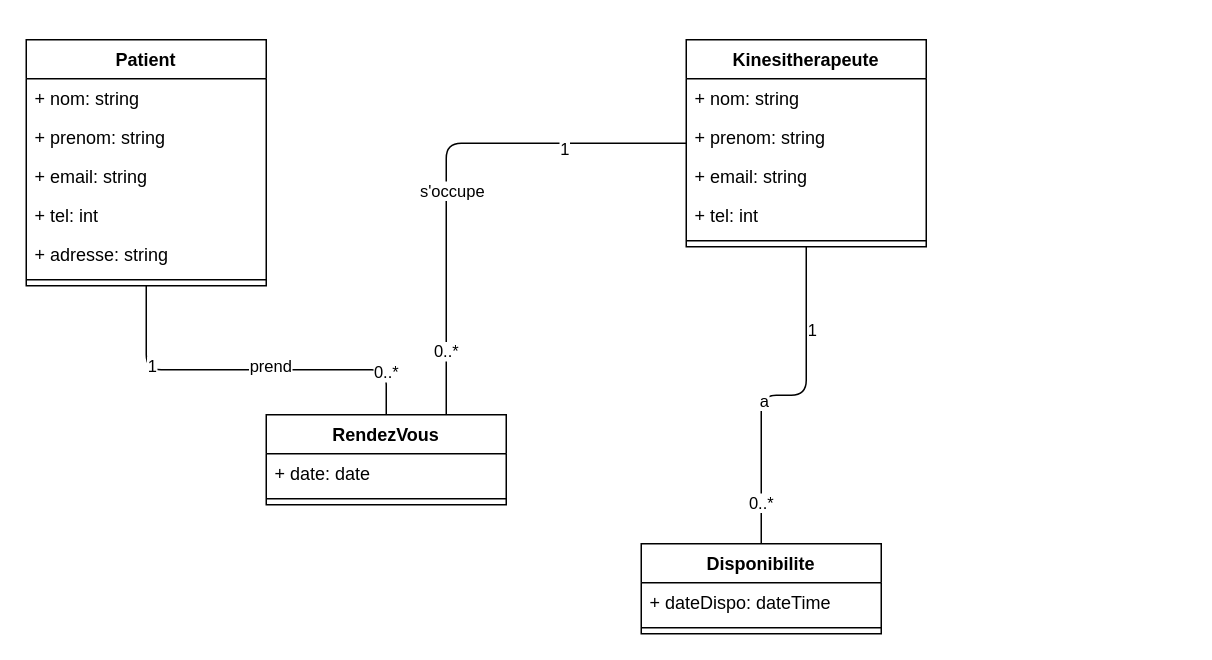
This is documentation/DC_KCV.drawio from yusrachan/KCV_Project, a draw.io file, before an edit. Source tidied: cells renumbered, new cells numbered last; positions are measured from the earlier drawing's top-left corner, leaving out a move shared by most shapes. Both pictures are drawn from the tidied source at 150%, with x=0, y=0 at pixel (26, 39).
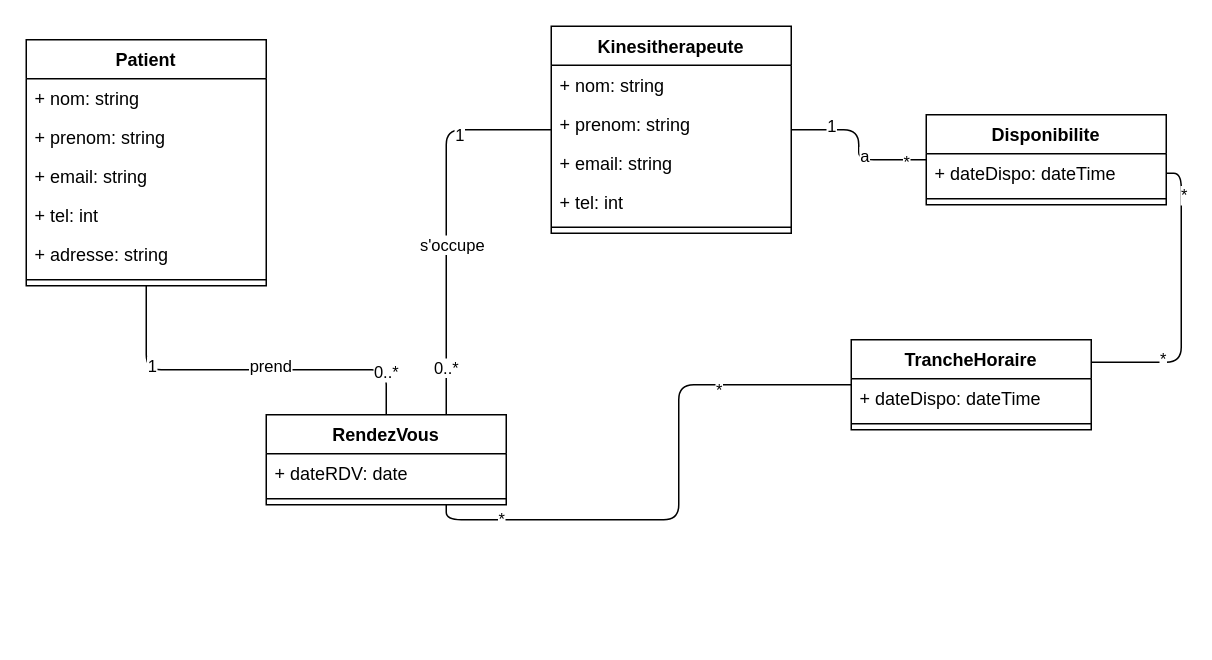
The same page after the edit.

Unchanged cells that the change refers to:
```xml
<mxCell id="15" value="RendezVous" style="swimlane;fontStyle=1;align=center;verticalAlign=top;horizontal=1;startSize=26;" parent="1" vertex="1">
  <mxGeometry x="160" y="250" width="160" height="60" as="geometry" />
</mxCell>
<mxCell id="27" value="+ dateDispo: dateTime" style="text;strokeColor=none;fillColor=none;align=left;verticalAlign=top;spacingLeft=4;spacingRight=4;overflow=hidden;points=[[0,0.5],[1,0.5]];portConstraint=eastwest;" parent="26" vertex="1">
  <mxGeometry y="26" width="160" height="26" as="geometry" />
</mxCell>
<mxCell id="29" style="endArrow=none;html=1;edgeStyle=orthogonalEdgeStyle;" parent="1" edge="1" source="9" target="26">
  <mxGeometry relative="1" as="geometry" />
</mxCell>
```

What changed in the source:
```diff
@@
     <mxCell id="9" value="Kinesitherapeute" style="swimlane;fontStyle=1;align=center;verticalAlign=top;horizontal=1;startSize=26;" parent="1" vertex="1">
-      <mxGeometry x="440" width="160" height="138" as="geometry" />
+      <mxGeometry x="350" y="-9" width="160" height="138" as="geometry" />
     </mxCell>
@@
-    <mxCell id="16" value="+ date: date" style="text;strokeColor=none;fillColor=none;align=left;verticalAlign=top;spacingLeft=4;spacingRight=4;overflow=hidden;" parent="15" vertex="1">
+    <mxCell id="16" value="+ dateRDV: date" style="text;strokeColor=none;fillColor=none;align=left;verticalAlign=top;spacingLeft=4;spacingRight=4;overflow=hidden;" parent="15" vertex="1">
       <mxGeometry y="26" width="160" height="26" as="geometry" />
     </mxCell>
@@
     <mxCell id="26" value="Disponibilite" style="swimlane;fontStyle=1;align=center;verticalAlign=top;horizontal=1;startSize=26;" parent="1" vertex="1">
-      <mxGeometry x="410" y="336" width="160" height="60" as="geometry" />
+      <mxGeometry x="600" y="50" width="160" height="60" as="geometry" />
     </mxCell>
@@
-    <mxCell id="32" value="0..*" style="edgeLabel;html=1;align=center;verticalAlign=middle;" parent="29" vertex="1">
+    <mxCell id="32" value="*" style="edgeLabel;html=1;align=center;verticalAlign=middle;" parent="29" vertex="1">
       <mxGeometry x="0.75" y="-1" relative="1" as="geometry" />
     </mxCell>
+    <mxCell id="33" value="TrancheHoraire" style="swimlane;fontStyle=1;align=center;verticalAlign=top;horizontal=1;startSize=26;" parent="1" vertex="1">
+      <mxGeometry x="550" y="200" width="160" height="60" as="geometry" />
+    </mxCell>
+    <mxCell id="34" value="+ dateDispo: dateTime" style="text;strokeColor=none;fillColor=none;align=left;verticalAlign=top;spacingLeft=4;spacingRight=4;overflow=hidden;" parent="33" vertex="1">
+      <mxGeometry y="26" width="160" height="26" as="geometry" />
+    </mxCell>
+    <mxCell id="35" style="line;strokeWidth=1;fillColor=none;align=left;verticalAlign=middle;spacingTop=-1;spacingLeft=3;spacingRight=3;labelPosition=right;strokeColor=inherit;" parent="33" vertex="1">
+      <mxGeometry y="52" width="160" height="8" as="geometry" />
+    </mxCell>
+    <mxCell id="36" style="endArrow=none;html=1;edgeStyle=orthogonalEdgeStyle;entryX=1;entryY=0.5;entryDx=0;entryDy=0;exitX=1;exitY=0.25;exitDx=0;exitDy=0;" parent="1" edge="1" source="33" target="27">
+      <mxGeometry relative="1" as="geometry" />
+    </mxCell>
+    <mxCell id="37" value="*" style="edgeLabel;html=1;align=center;verticalAlign=middle;" parent="36" vertex="1">
+      <mxGeometry x="-0.52" y="3" relative="1" as="geometry" />
+    </mxCell>
+    <mxCell id="38" value="*" style="edgeLabel;html=1;align=center;verticalAlign=middle;" parent="36" vertex="1">
+      <mxGeometry x="0.75" y="-1" relative="1" as="geometry" />
+    </mxCell>
+    <mxCell id="39" style="endArrow=none;html=1;edgeStyle=orthogonalEdgeStyle;entryX=0.75;entryY=1;entryDx=0;entryDy=0;" parent="1" edge="1" source="33" target="15">
+      <mxGeometry relative="1" as="geometry" />
+    </mxCell>
+    <mxCell id="40" value="*" style="edgeLabel;html=1;align=center;verticalAlign=middle;" parent="39" vertex="1">
+      <mxGeometry x="-0.52" y="3" relative="1" as="geometry" />
+    </mxCell>
+    <mxCell id="41" value="*" style="edgeLabel;html=1;align=center;verticalAlign=middle;" parent="39" vertex="1">
+      <mxGeometry x="0.75" y="-1" relative="1" as="geometry" />
+    </mxCell>
```
